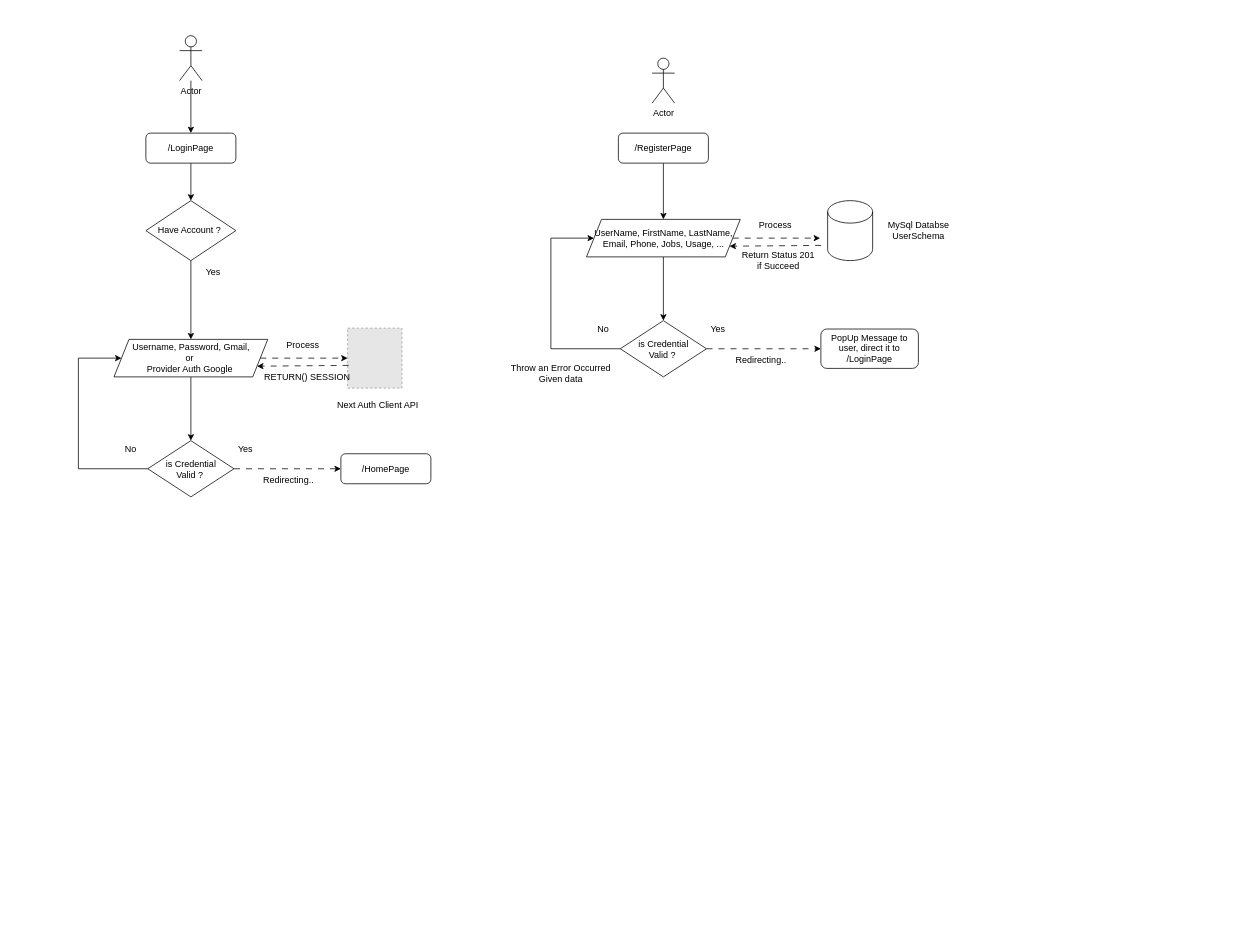
Above: PKM-KC.drawio in azzaky9/PKM-SOFTWARE-KC-24 (draw.io), before the change. Source tidied: cells renumbered, new cells numbered last; positions are measured from the earlier drawing's top-left corner, leaving out a move shared by most shapes. Both pictures are drawn from the tidied source at 75%, with x=0, y=0 at pixel (78, 35). Pictures stored in the file or linked from it are replaced by grey dashed boxes.
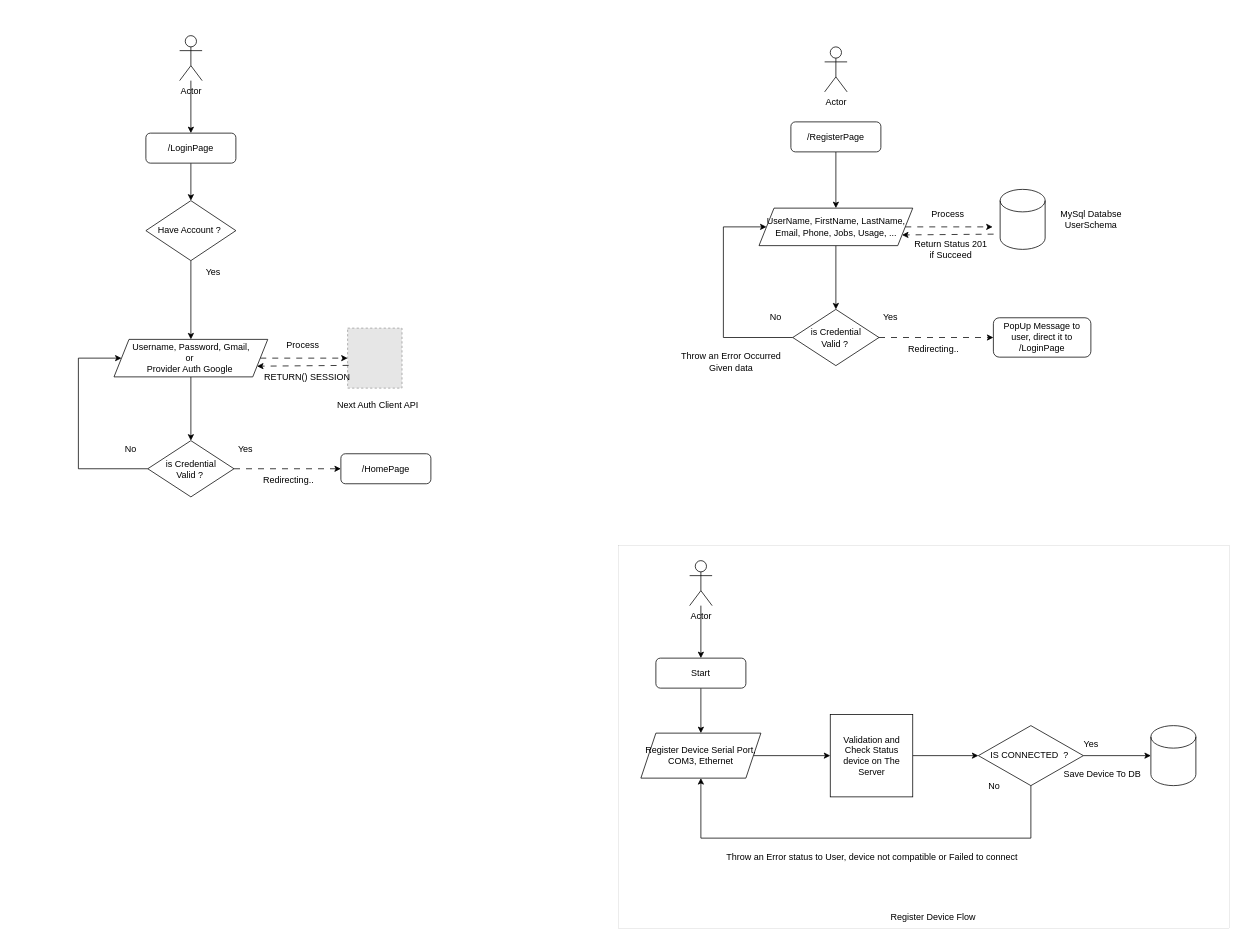
After the change.

Diff of the diagram source:
```diff
@@
+    <mxCell id="43" style="rounded=0;whiteSpace=wrap;html=1;strokeWidth=0;" parent="1" vertex="1">
+      <mxGeometry x="720" y="680" width="815" height="510" as="geometry" />
+    </mxCell>
+    <mxCell id="44" style="whiteSpace=wrap;html=1;strokeColor=none;" parent="1" vertex="1">
+      <mxGeometry x="780" y="-30" width="610" height="610" as="geometry" />
+    </mxCell>
+    <mxCell id="45" style="whiteSpace=wrap;html=1;strokeColor=none;" parent="1" vertex="1">
+      <mxGeometry x="-87.5" y="-20" width="650" height="650" as="geometry" />
+    </mxCell>
@@
     <mxCell id="24" value="Actor" style="shape=umlActor;verticalLabelPosition=bottom;verticalAlign=top;html=1;" parent="1" vertex="1">
-      <mxGeometry x="765" y="30" width="30" height="60" as="geometry" />
+      <mxGeometry x="995" y="15" width="30" height="60" as="geometry" />
     </mxCell>
@@
     <mxCell id="26" value="/RegisterPage" style="rounded=1;whiteSpace=wrap;html=1;fontSize=12;glass=0;strokeWidth=1;shadow=0;" parent="1" vertex="1">
-      <mxGeometry x="720" y="130" width="120" height="40" as="geometry" />
+      <mxGeometry x="950" y="115" width="120" height="40" as="geometry" />
     </mxCell>
     <mxCell id="27" style="edgeStyle=orthogonalEdgeStyle;rounded=0;jettySize=auto;html=1;dashed=1;dashPattern=8 8;" parent="1" edge="1" source="29">
       <mxGeometry relative="1" as="geometry">
-        <mxPoint x="989" y="270" as="targetPoint" />
+        <mxPoint x="1219" y="255" as="targetPoint" />
       </mxGeometry>
     </mxCell>
@@
     <mxCell id="29" value="UserName, FirstName, LastName, Email, Phone, Jobs, Usage, ..." style="shape=parallelogram;perimeter=parallelogramPerimeter;whiteSpace=wrap;html=1;fixedSize=1;" parent="1" vertex="1">
-      <mxGeometry x="677.5" y="245" width="205" height="50" as="geometry" />
+      <mxGeometry x="907.5" y="230" width="205" height="50" as="geometry" />
     </mxCell>
     <mxCell id="30" value="MySql Databse &lt;br&gt;UserSchema" style="text;html=1;align=center;verticalAlign=middle;strokeColor=none;fillColor=none;" parent="1" vertex="1">
-      <mxGeometry x="1070" y="240" width="100" height="40" as="geometry" />
+      <mxGeometry x="1300" y="225" width="100" height="40" as="geometry" />
     </mxCell>
     <mxCell id="31" value="Process" style="text;html=1;align=center;verticalAlign=middle;strokeColor=none;fillColor=none;" parent="1" vertex="1">
-      <mxGeometry x="894" y="238" width="70" height="30" as="geometry" />
+      <mxGeometry x="1124" y="223" width="70" height="30" as="geometry" />
     </mxCell>
     <mxCell id="32" style="endArrow=classic;html=1;rounded=0;exitX=0.018;exitY=0.621;exitDx=0;exitDy=0;entryX=1;entryY=0.75;entryDx=0;entryDy=0;exitPerimeter=0;dashed=1;dashPattern=8 8;" parent="1" edge="1" target="29">
       <mxGeometry relative="1" as="geometry">
-        <mxPoint x="990.3" y="279.7" as="sourcePoint" />
+        <mxPoint x="1220.3" y="264.7" as="sourcePoint" />
       </mxGeometry>
     </mxCell>
     <mxCell id="33" value="Return Status 201 &lt;br&gt;if Succeed" style="text;html=1;align=center;verticalAlign=middle;strokeColor=none;fillColor=none;" parent="1" vertex="1">
-      <mxGeometry x="873" y="280" width="120" height="40" as="geometry" />
+      <mxGeometry x="1103" y="265" width="120" height="40" as="geometry" />
     </mxCell>
@@
     <mxCell id="35" style="edgeStyle=elbowEdgeStyle;rounded=0;jettySize=auto;html=1;entryX=0;entryY=0.5;entryDx=0;entryDy=0;" parent="1" edge="1" source="36" target="29">
       <mxGeometry relative="1" as="geometry">
         <Array as="points">
-          <mxPoint x="630" y="340" />
+          <mxPoint x="860" y="325" />
         </Array>
       </mxGeometry>
     </mxCell>
     <mxCell id="36" value="is Credential &lt;br&gt;Valid ?&amp;nbsp;" style="rhombus;whiteSpace=wrap;html=1;" parent="1" vertex="1">
-      <mxGeometry x="722.5" y="380" width="115" height="75" as="geometry" />
+      <mxGeometry x="952.5" y="365" width="115" height="75" as="geometry" />
     </mxCell>
     <mxCell id="37" value="Yes" style="text;html=1;strokeColor=none;fillColor=none;align=center;verticalAlign=middle;whiteSpace=wrap;rounded=0;" parent="1" vertex="1">
-      <mxGeometry x="822.5" y="376" width="60" height="30" as="geometry" />
+      <mxGeometry x="1052.5" y="361" width="60" height="30" as="geometry" />
     </mxCell>
     <mxCell id="38" value="PopUp Message to user, direct it to /LoginPage" style="rounded=1;whiteSpace=wrap;html=1;" parent="1" vertex="1">
-      <mxGeometry x="990" y="391.2" width="130" height="52.5" as="geometry" />
+      <mxGeometry x="1220" y="376.2" width="130" height="52.5" as="geometry" />
     </mxCell>
     <mxCell id="39" value="Redirecting.." style="text;html=1;align=center;verticalAlign=middle;strokeColor=none;fillColor=none;" parent="1" vertex="1">
-      <mxGeometry x="865" y="418" width="90" height="30" as="geometry" />
+      <mxGeometry x="1095" y="403" width="90" height="30" as="geometry" />
     </mxCell>
     <mxCell id="40" value="No" style="text;html=1;strokeColor=none;fillColor=none;align=center;verticalAlign=middle;whiteSpace=wrap;rounded=0;" parent="1" vertex="1">
-      <mxGeometry x="670" y="376" width="60" height="30" as="geometry" />
+      <mxGeometry x="900" y="361" width="60" height="30" as="geometry" />
     </mxCell>
     <mxCell id="41" style="shape=cylinder3;whiteSpace=wrap;html=1;boundedLbl=1;backgroundOutline=1;size=15;" parent="1" vertex="1">
-      <mxGeometry x="999" y="220" width="60" height="80" as="geometry" />
+      <mxGeometry x="1229" y="205" width="60" height="80" as="geometry" />
     </mxCell>
     <mxCell id="42" value="Throw an Error Occurred &lt;br&gt;Given data" style="text;html=1;align=center;verticalAlign=middle;strokeColor=none;fillColor=none;" parent="1" vertex="1">
-      <mxGeometry x="562.5" y="430" width="160" height="40" as="geometry" />
+      <mxGeometry x="790" y="415" width="160" height="40" as="geometry" />
     </mxCell>
+    <mxCell id="46" style="edgeStyle=orthogonalEdgeStyle;rounded=0;jettySize=auto;html=1;entryX=0.5;entryY=0;entryDx=0;entryDy=0;" parent="1" edge="1" source="47" target="51">
+      <mxGeometry relative="1" as="geometry" />
+    </mxCell>
+    <mxCell id="47" value="Start" style="rounded=1;whiteSpace=wrap;html=1;" parent="1" vertex="1">
+      <mxGeometry x="770" y="830" width="120" height="40" as="geometry" />
+    </mxCell>
+    <mxCell id="48" style="edgeStyle=orthogonalEdgeStyle;rounded=0;jettySize=auto;html=1;entryX=0.5;entryY=0;entryDx=0;entryDy=0;" parent="1" edge="1" source="49" target="47">
+      <mxGeometry relative="1" as="geometry" />
+    </mxCell>
+    <mxCell id="49" value="Actor" style="shape=umlActor;verticalLabelPosition=bottom;verticalAlign=top;html=1;outlineConnect=0;" parent="1" vertex="1">
+      <mxGeometry x="815" y="700" width="30" height="60" as="geometry" />
+    </mxCell>
+    <mxCell id="50" style="edgeStyle=orthogonalEdgeStyle;rounded=0;jettySize=auto;html=1;entryX=0;entryY=0.5;entryDx=0;entryDy=0;" parent="1" edge="1" source="51" target="53">
+      <mxGeometry relative="1" as="geometry" />
+    </mxCell>
+    <mxCell id="51" value="Register Device Serial Port, COM3, Ethernet" style="shape=parallelogram;perimeter=parallelogramPerimeter;whiteSpace=wrap;html=1;fixedSize=1;" parent="1" vertex="1">
+      <mxGeometry x="750" y="930" width="160" height="60" as="geometry" />
+    </mxCell>
+    <mxCell id="52" style="edgeStyle=orthogonalEdgeStyle;rounded=0;jettySize=auto;html=1;" parent="1" edge="1" source="53" target="54">
+      <mxGeometry relative="1" as="geometry" />
+    </mxCell>
+    <mxCell id="53" value="Validation and Check Status device on The Server" style="whiteSpace=wrap;html=1;" parent="1" vertex="1">
+      <mxGeometry x="1002.5" y="905" width="110" height="110" as="geometry" />
+    </mxCell>
+    <mxCell id="54" value="IS CONNECTED&amp;nbsp; ?&amp;nbsp;" style="rhombus;whiteSpace=wrap;html=1;" parent="1" vertex="1">
+      <mxGeometry x="1200" y="920" width="140" height="80" as="geometry" />
+    </mxCell>
+    <mxCell id="55" value="Yes" style="text;html=1;align=center;verticalAlign=middle;strokeColor=none;fillColor=none;" parent="1" vertex="1">
+      <mxGeometry x="1330" y="930" width="40" height="30" as="geometry" />
+    </mxCell>
+    <mxCell id="56" style="shape=cylinder3;whiteSpace=wrap;html=1;boundedLbl=1;backgroundOutline=1;size=15;" parent="1" vertex="1">
+      <mxGeometry x="1430" y="920" width="60" height="80" as="geometry" />
+    </mxCell>
+    <mxCell id="57" style="edgeStyle=orthogonalEdgeStyle;rounded=0;jettySize=auto;html=1;entryX=0;entryY=0.5;entryDx=0;entryDy=0;entryPerimeter=0;" parent="1" edge="1" source="54" target="56">
+      <mxGeometry relative="1" as="geometry" />
+    </mxCell>
+    <mxCell id="58" value="Save Device To DB" style="text;html=1;align=center;verticalAlign=middle;strokeColor=none;fillColor=none;" parent="1" vertex="1">
+      <mxGeometry x="1300" y="970" width="130" height="30" as="geometry" />
+    </mxCell>
+    <mxCell id="59" style="endArrow=classic;html=1;rounded=0;exitX=0.5;exitY=1;exitDx=0;exitDy=0;entryX=0.5;entryY=1;entryDx=0;entryDy=0;edgeStyle=elbowEdgeStyle;" parent="1" edge="1" source="54" target="51">
+      <mxGeometry relative="1" as="geometry">
+        <Array as="points">
+          <mxPoint x="1040" y="1070" />
+        </Array>
+      </mxGeometry>
+    </mxCell>
+    <mxCell id="60" value="No" style="text;html=1;align=center;verticalAlign=middle;strokeColor=none;fillColor=none;" parent="1" vertex="1">
+      <mxGeometry x="1201" y="986" width="40" height="30" as="geometry" />
+    </mxCell>
+    <mxCell id="61" value="Throw an Error status to User, device not compatible or Failed to connect" style="text;html=1;align=center;verticalAlign=middle;strokeColor=none;fillColor=none;" parent="1" vertex="1">
+      <mxGeometry x="852.5" y="1080" width="410" height="30" as="geometry" />
+    </mxCell>
+    <mxCell id="62" value="Register Device Flow" style="text;html=1;strokeColor=none;fillColor=none;align=center;verticalAlign=middle;whiteSpace=wrap;rounded=0;" parent="1" vertex="1">
+      <mxGeometry x="1035" y="1160" width="210" height="30" as="geometry" />
+    </mxCell>
```
